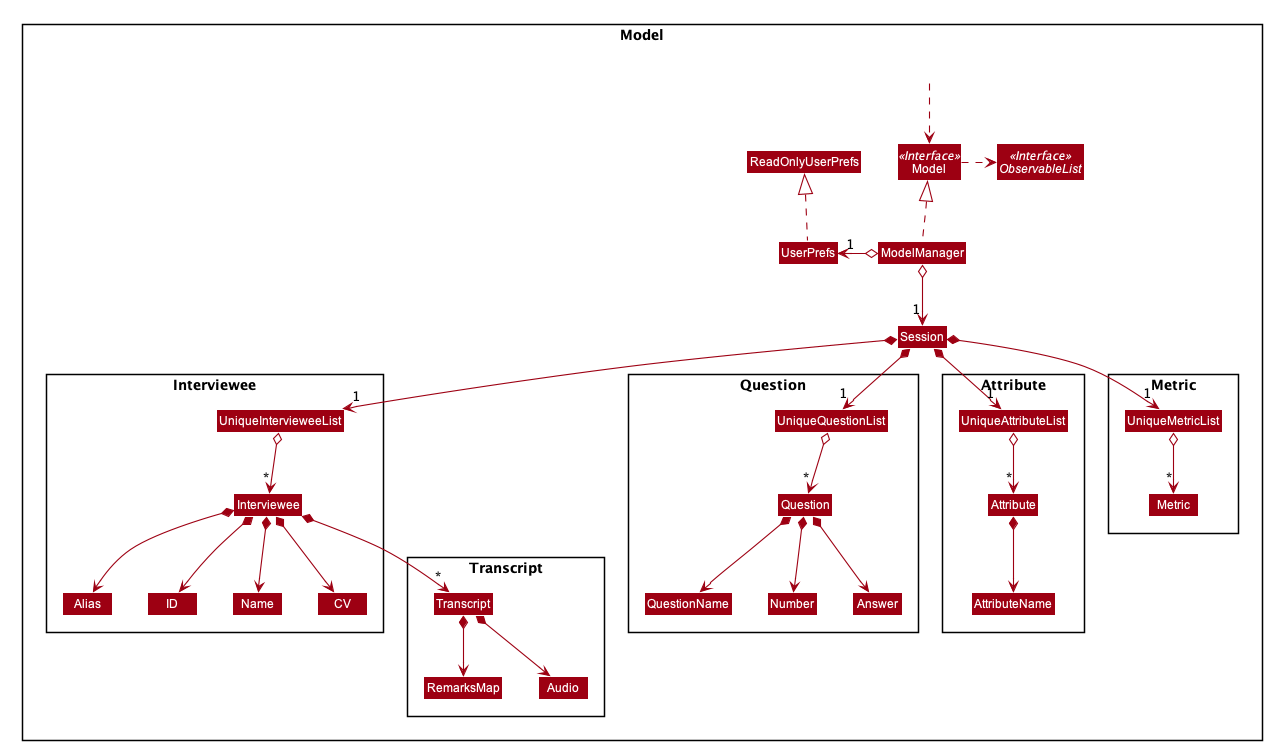
AY1920S2-CS2103-W15-2/main keeps this PlantUML diagram as images/ModelClassDiagram.png. Above is the earlier version.
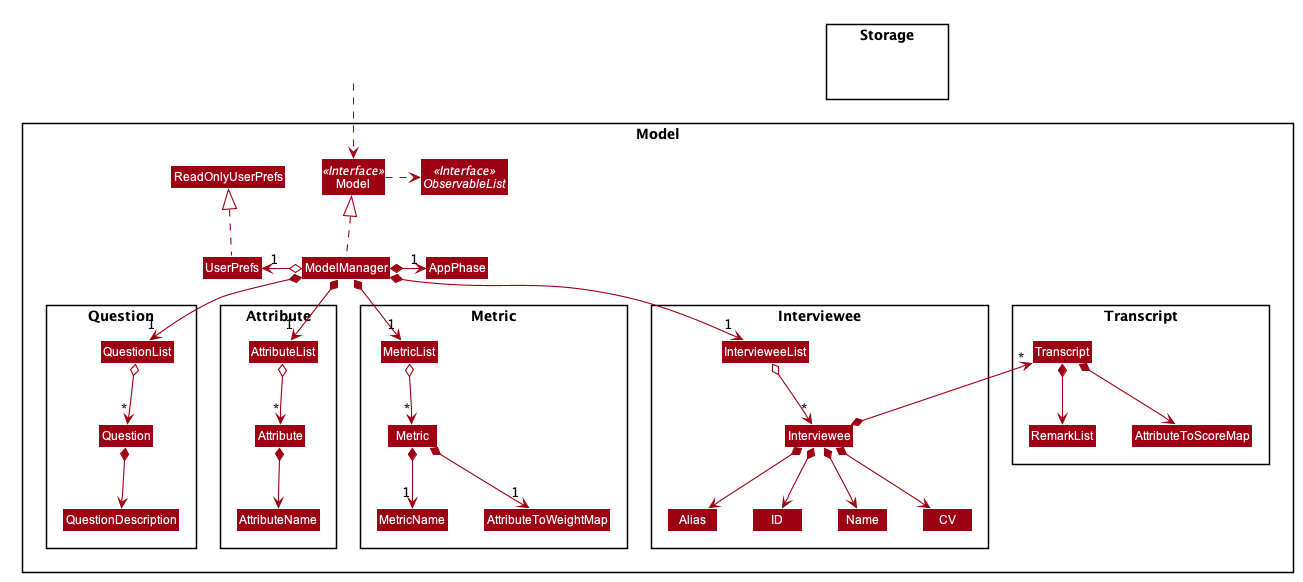
The same diagram one commit later.

What changed in the source:
```diff
@@ -51,10 +51,9 @@
 skinparam arrowColor #9D0012
 skinparam classBackgroundColor #9D0012
 
-Package Model <<Rectangle>>{
+Package Model <<Rectangle>> {
 Interface Model <<Interface>>
 Interface ObservableList <<Interface>>
-Class Session
 Class Model
 Class ModelManager
 Class UserPrefs
@@ -67,64 +66,70 @@
 Class Name
 Class CV
 Class Transcript
-Class UniqueIntervieweeList
+Class IntervieweeList
 }
 
 Package Question {
 Class Question
-Class QuestionName
-Class Number
-Class Answer
-Class UniqueQuestionList
+Class QuestionDescription
+Class QuestionList
 }
 
 Package Attribute {
 Class Attribute
 Class AttributeName
-Class UniqueAttributeList
+Class AttributeList
 }
 
 Package Metric {
-Class UniqueMetricList
+Class MetricList
 Class Metric
+Class MetricName
+Class AttributeToWeightMap
 }
 
 Package Transcript {
 Class Transcript
-Class RemarksMap
-Class Audio
+Class RemarkList
+Class AttributeToScoreMap
+}
+
+ModelManager .up.|> Model
+Model .right.> ObservableList
+ModelManager o-left-> "1" UserPrefs
+UserPrefs .up.|> ReadOnlyUserPrefs
+
+ModelManager *-right-> "1" AppPhase
+
+ModelManager *--> "1" AttributeList
+AttributeList o--> "*" Attribute
+Attribute *--> AttributeName
+
+ModelManager *--> "1" QuestionList
+QuestionList o--> "*" Question
+Question *--> QuestionDescription
+
+ModelManager *--> "1" MetricList
+MetricList o--> "*" Metric
+Metric *--> "1" MetricName
+Metric *--> "1" AttributeToWeightMap
+}
+
+ModelManager *--> "1" IntervieweeList
+IntervieweeList o--> "*" Interviewee
+Interviewee *--> Name
+Interviewee *--> Alias
+Interviewee *--> ID
+Interviewee *--> CV
+Interviewee *-up-> "*" Transcript
+Transcript *--> RemarkList
+Transcript *--> AttributeToScoreMap
+
+Package Storage {
+Class HiddenStorage #FFFFFF
 }
 
 Class HiddenOutside #FFFFFF
 HiddenOutside ..> Model
 
-ModelManager .up.|> Model
-Model .right.> ObservableList
-ModelManager o--> "1" Session
-ModelManager o-left-> "1" UserPrefs
-UserPrefs .up.|> ReadOnlyUserPrefs
-
-Session *--> "1" UniqueIntervieweeList
-UniqueIntervieweeList o--> "*" Interviewee
-Interviewee *--> Name
-Interviewee *--> Alias
-Interviewee *--> ID
-Interviewee *--> CV
-Interviewee *--> "*" Transcript
-Transcript *--> RemarksMap
-Transcript *--> Audio
-
-Session *--> "1" UniqueAttributeList
-UniqueAttributeList o--> "*" Attribute
-Attribute *--> AttributeName
-
-Session *--> "1" UniqueQuestionList
-UniqueQuestionList o--> "*" Question
-Question *--> QuestionName
-Question *--> Number
-Question *--> Answer
-
-Session *--> "1" UniqueMetricList
-UniqueMetricList o--> "*" Metric
-
 @enduml
```
